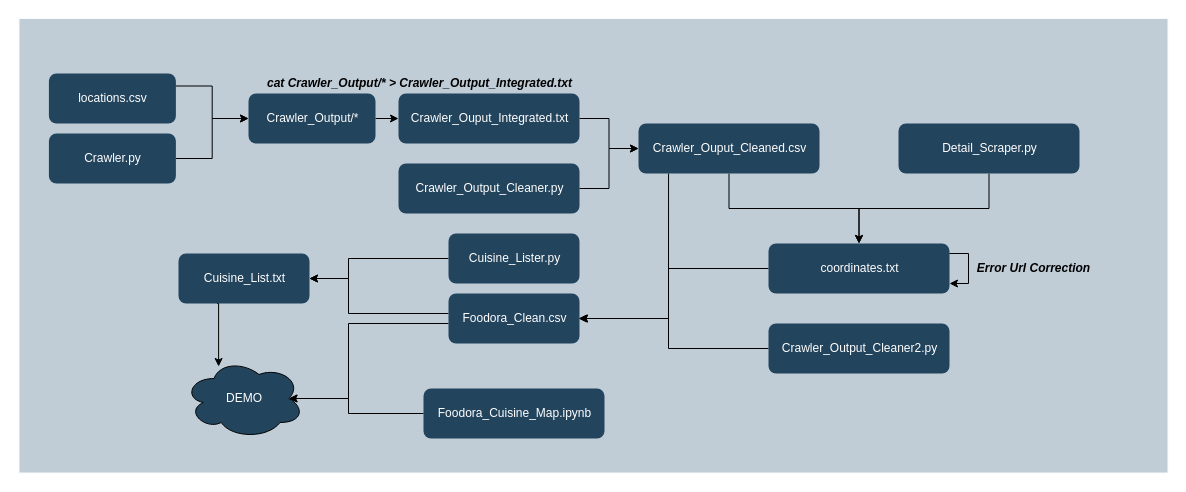
Earlier version of the draw.io diagram DoorDash/Code&Data_Flow.drawio (A7ZH/MO_ANG). Source tidied: cells renumbered, new cells numbered last; positions are measured from the earlier drawing's top-left corner, leaving out a move shared by most shapes. Both pictures are drawn from the tidied source at 100%, with x=0, y=0 at pixel (18, 17).
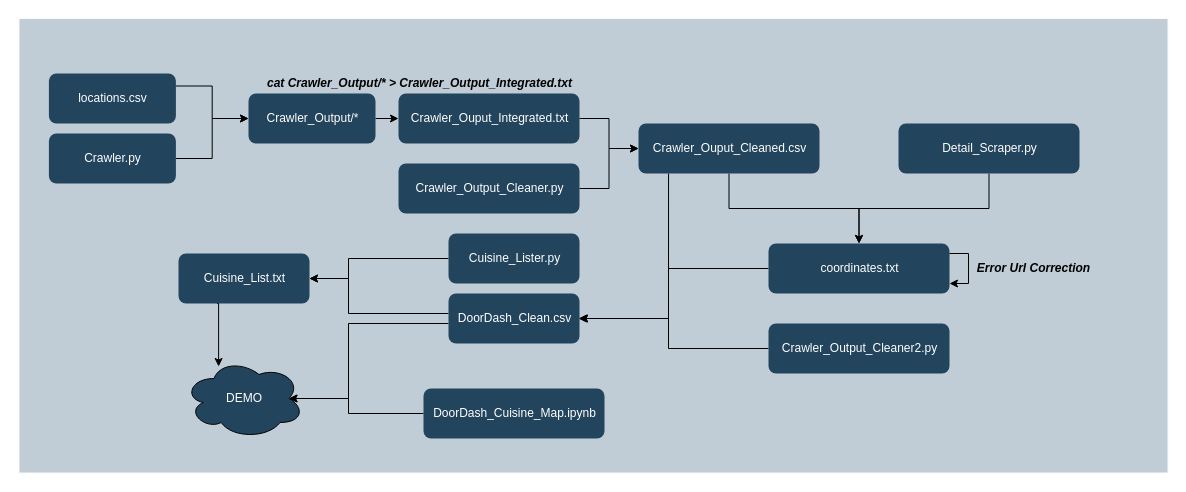
The same diagram, later.

Commit message (it also covers changes not shown here):
Added Code&Data Flow for SkipTheDishes

What changed in the source:
```diff
@@
-    <mxCell id="25" value="&lt;font color=&quot;#ffffff&quot;&gt;Foodora_Clean.csv&lt;br&gt;&lt;/font&gt;" style="rounded=1;fillColor=#23445D;strokeColor=none;strokeWidth=2;fontFamily=Helvetica;html=1;gradientColor=none;" parent="1" vertex="1">
+    <mxCell id="25" value="&lt;font color=&quot;#ffffff&quot;&gt;DoorDash_Clean.csv&lt;br&gt;&lt;/font&gt;" style="rounded=1;fillColor=#23445D;strokeColor=none;strokeWidth=2;fontFamily=Helvetica;html=1;gradientColor=none;" parent="1" vertex="1">
       <mxGeometry x="430" y="276" width="131" height="50" as="geometry" />
     </mxCell>
@@
-    <mxCell id="31" value="&lt;font color=&quot;#ffffff&quot;&gt;Foodora_Cuisine_Map.ipynb&lt;br&gt;&lt;/font&gt;" style="rounded=1;fillColor=#23445D;strokeColor=none;strokeWidth=2;fontFamily=Helvetica;html=1;gradientColor=none;" parent="1" vertex="1">
+    <mxCell id="31" value="&lt;font color=&quot;#ffffff&quot;&gt;DoorDash_Cuisine_Map.ipynb&lt;br&gt;&lt;/font&gt;" style="rounded=1;fillColor=#23445D;strokeColor=none;strokeWidth=2;fontFamily=Helvetica;html=1;gradientColor=none;" parent="1" vertex="1">
       <mxGeometry x="405" y="371" width="181" height="50" as="geometry" />
     </mxCell>
```
